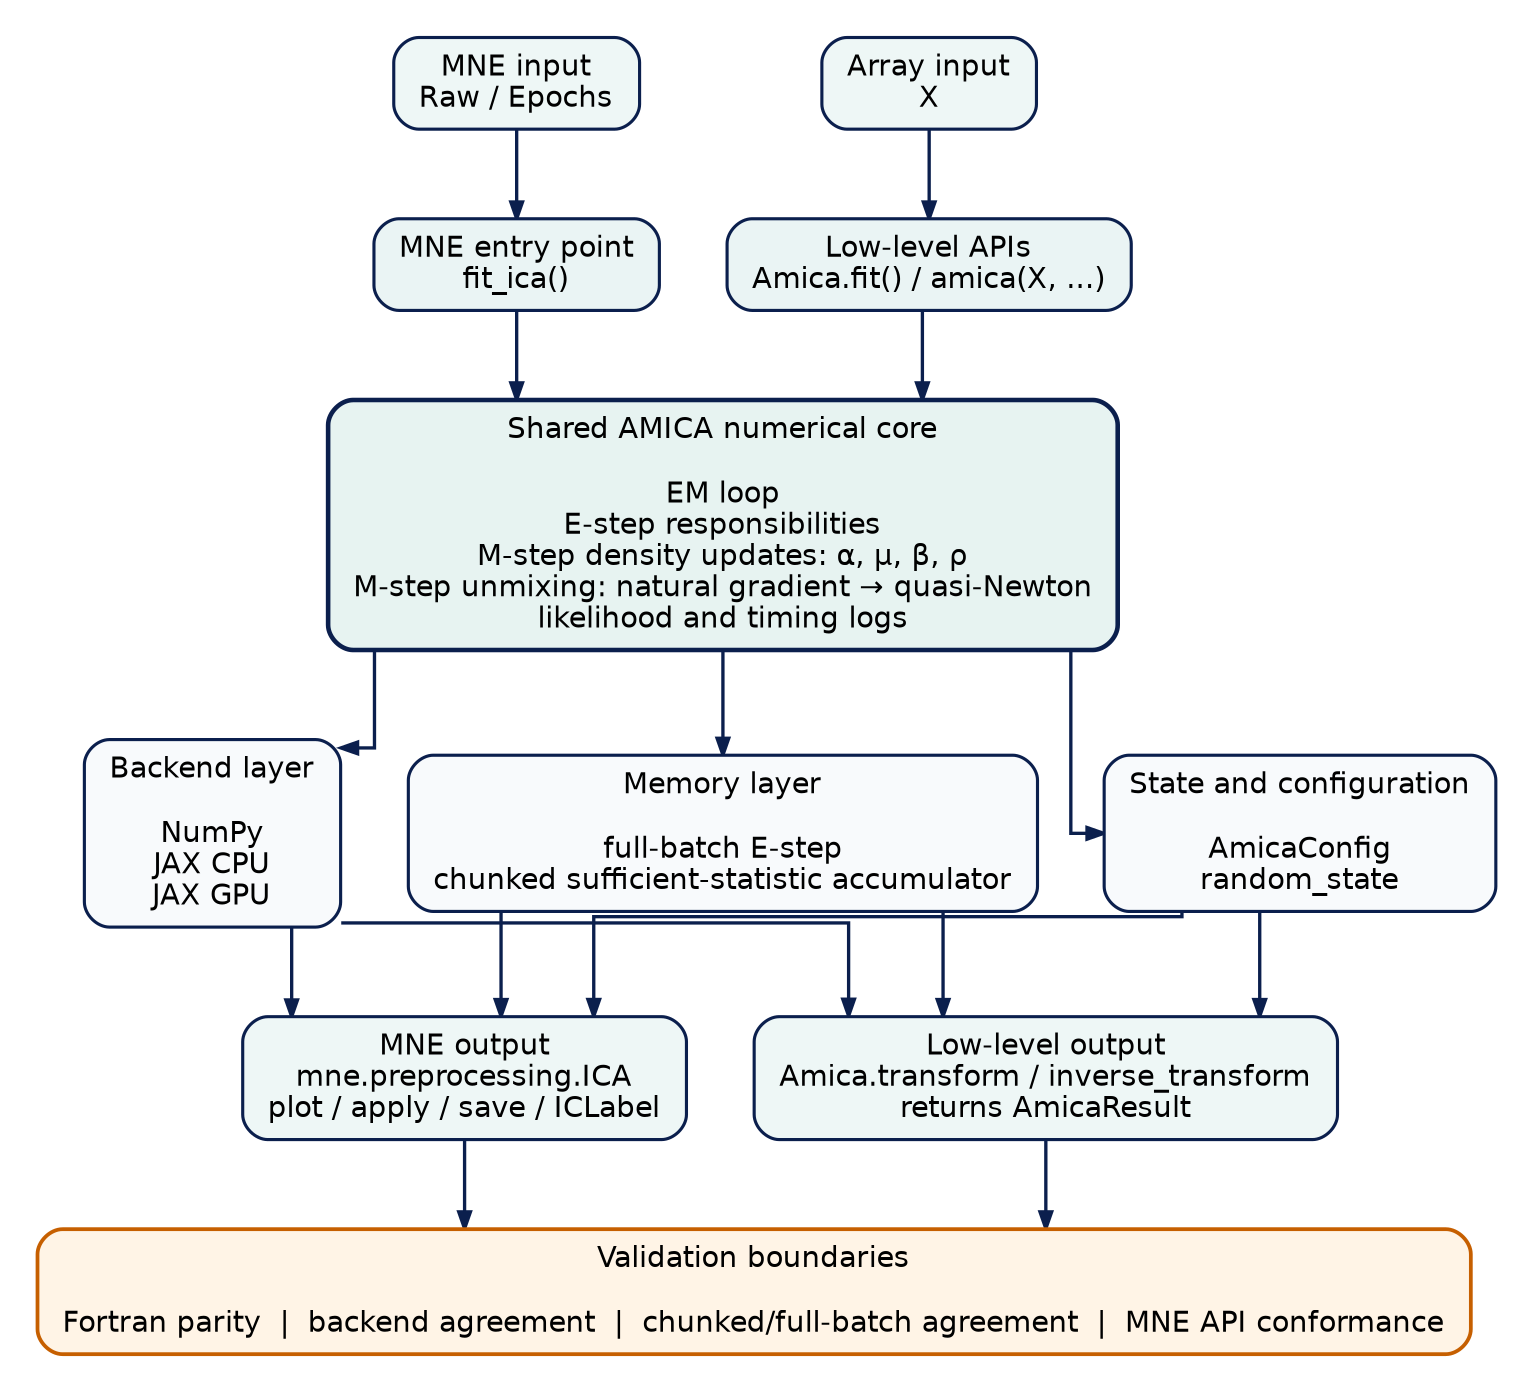
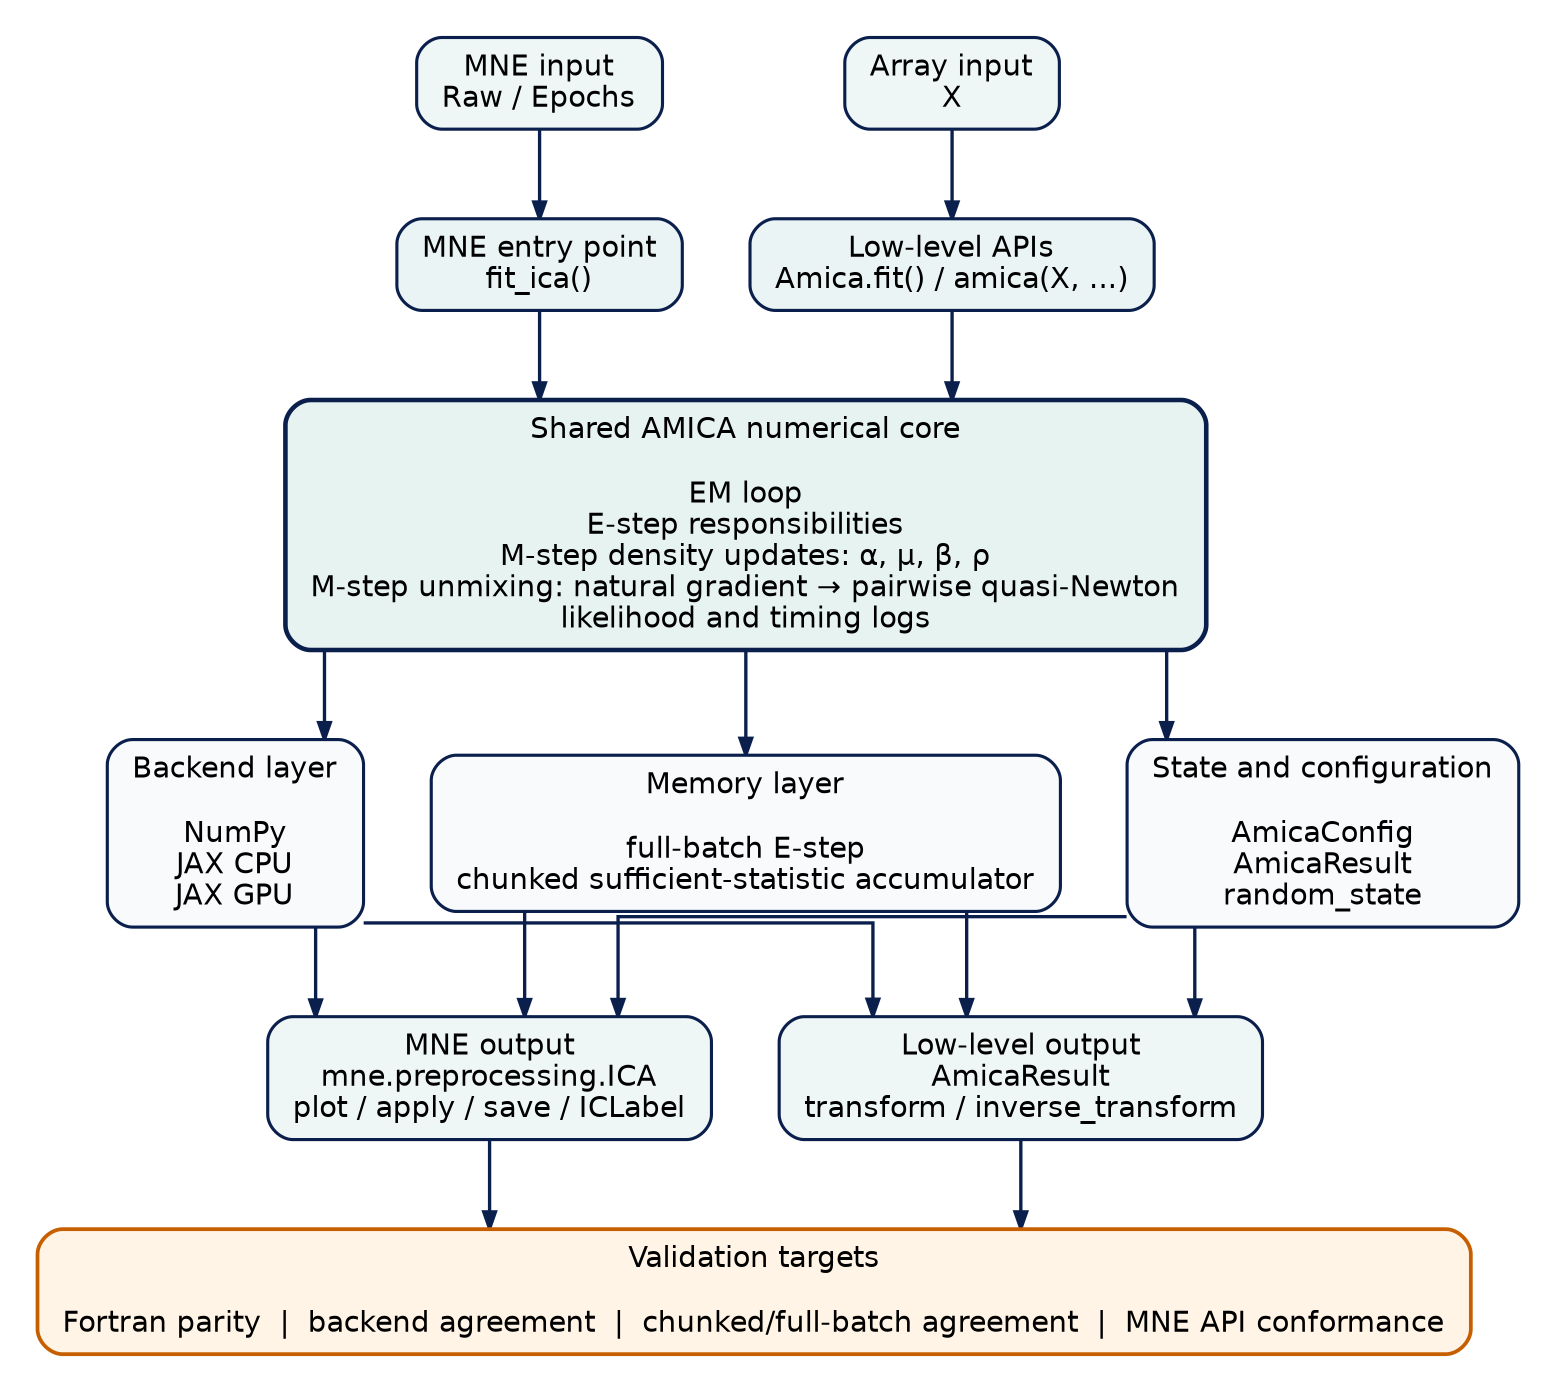
// Software-architecture schematic for the zenodo preprint §3 Implementation.
// Render with:
//     dot -Tpdf fig_software_architecture.dot -o fig_software_architecture.pdf
digraph AMICAPythonArchitecture {
    graph [
        rankdir=TB,
        bgcolor="white",
        pad="0.25",
        nodesep="0.45",
        ranksep="0.60",
        splines=ortho,
        outputorder=edgesfirst
    ];

    node [
        shape=rect,
        style="rounded,filled",
        fontname="Helvetica",
        fontsize=14,
        color="#0B1F4D",
        penwidth=1.5,
        fillcolor="#F8FAFC",
        margin="0.16,0.10"
    ];

    edge [
        color="#0B1F4D",
        penwidth=1.6,
        arrowsize=0.8,
        fontname="Helvetica",
        fontsize=11
    ];

    // Inputs
    raw_epochs [
        label="MNE input\nRaw / Epochs",
        fillcolor="#EEF7F6"
    ];

    ndarray [
        label="Array input\nX",
        fillcolor="#EEF7F6"
    ];

    // APIs
    fitica [
        label="MNE entry point\nfit_ica()",
        fillcolor="#EAF4F4"
    ];

    estimator [
        label="Low-level APIs\nAmica.fit() / amica(X, ...)",
        fillcolor="#EAF4F4"
    ];

    // Shared core
    core [
-         label="Shared AMICA numerical core\n\nEM loop\nE-step responsibilities\nM-step density updates: α, μ, β, ρ\nM-step unmixing: natural gradient → quasi-Newton\nlikelihood and timing logs",
+         label="Shared AMICA numerical core\n\nEM loop\nE-step responsibilities\nM-step density updates: α, μ, β, ρ\nM-step unmixing: natural gradient → pairwise quasi-Newton\nlikelihood and timing logs",
        fillcolor="#E7F3F1",
        penwidth=2.2
    ];

    // Internal layers
    backend [
        label="Backend layer\n\nNumPy\nJAX CPU\nJAX GPU",
        fillcolor="#F8FAFC"
    ];

    memory [
        label="Memory layer\n\nfull-batch E-step\nchunked sufficient-statistic accumulator",
        fillcolor="#F8FAFC"
    ];

    state [
-         label="State and configuration\n\nAmicaConfig\nrandom_state",
+         label="State and configuration\n\nAmicaConfig\nAmicaResult\nrandom_state",
        fillcolor="#F8FAFC"
    ];

    // Outputs
    mneica [
        label="MNE output\nmne.preprocessing.ICA\nplot / apply / save / ICLabel",
        fillcolor="#EEF7F6"
    ];

    result [
-         label="Low-level output\nAmica.transform / inverse_transform\nreturns AmicaResult",
+         label="Low-level output\nAmicaResult\ntransform / inverse_transform",
        fillcolor="#EEF7F6"
    ];

    // Validation strip
    validation [
-         label="Validation boundaries\n\nFortran parity  |  backend agreement  |  chunked/full-batch agreement  |  MNE API conformance",
+         label="Validation targets\n\nFortran parity  |  backend agreement  |  chunked/full-batch agreement  |  MNE API conformance",
        fillcolor="#FFF4E6",
        color="#C65F00",
        penwidth=1.8
    ];

    // Layout
    { rank=same; raw_epochs; ndarray; }
    { rank=same; fitica; estimator; }
    { rank=same; backend; memory; state; }
    { rank=same; mneica; result; }

    raw_epochs -> fitica;
    ndarray -> estimator;

    fitica -> core;
    estimator -> core;

    core -> backend;
    core -> memory;
    core -> state;

    backend -> mneica;
    memory -> mneica;
    state -> mneica;

    backend -> result;
    memory -> result;
    state -> result;

    mneica -> validation;
    result -> validation;
}
